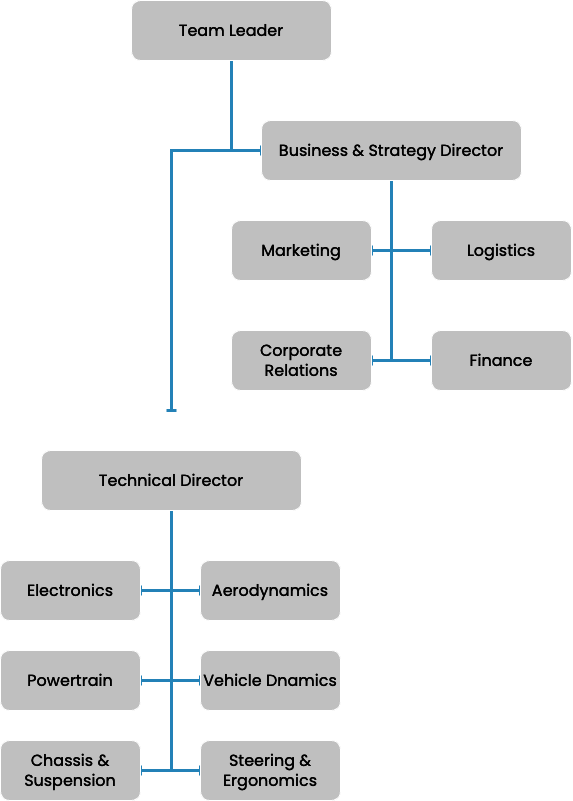
Before: src/assets/images/org_chart_eng.drawio_mobile.png, a diagram exported from draw.io (JaimeFerreira2002/NFS-site). Source tidied: cells renumbered, new cells last; positions are measured from the earlier drawing's top-left corner, leaving out a move shared by most shapes.
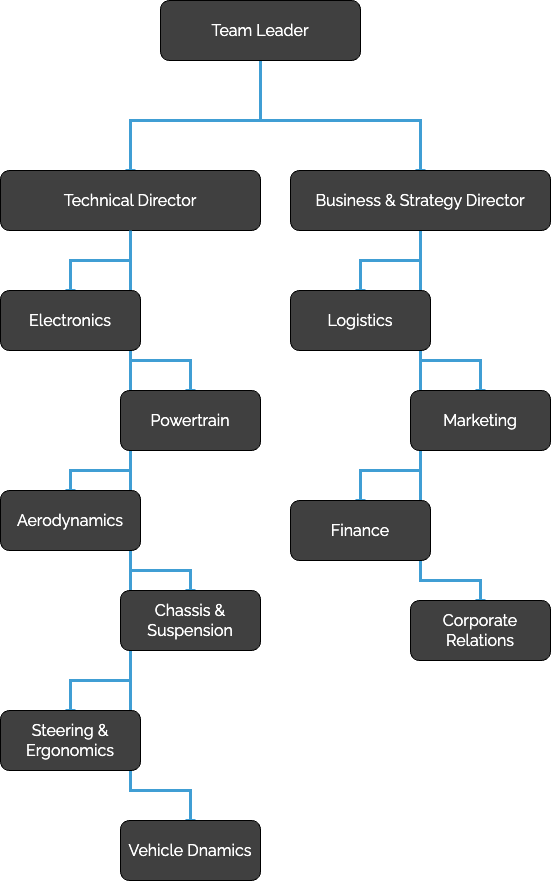
After the change.

What changed in the source:
```diff
@@ -2,87 +2,130 @@
   <root>
     <mxCell id="0" />
     <mxCell id="1" parent="0" />
-    <mxCell id="2" style="edgeStyle=orthogonalEdgeStyle;rounded=0;orthogonalLoop=1;jettySize=auto;html=1;exitX=0.5;exitY=1;exitDx=0;exitDy=0;entryX=0.5;entryY=0;entryDx=0;entryDy=0;strokeWidth=3;strokeColor=#409ED4;endArrow=baseDash;endFill=0;" parent="1" edge="1">
+    <mxCell id="2" style="edgeStyle=orthogonalEdgeStyle;rounded=0;jettySize=auto;html=1;entryX=0.5;entryY=0;entryDx=0;entryDy=0;strokeWidth=3;strokeColor=#409ED4;endArrow=baseDash;endFill=0;fontFamily=raleway;exitX=0.5;exitY=1;exitDx=0;exitDy=0;" parent="1" edge="1" source="4" target="16">
       <mxGeometry relative="1" as="geometry">
-        <mxPoint x="231" y="20" as="sourcePoint" />
-        <mxPoint x="171" y="410" as="targetPoint" />
         <Array as="points">
-          <mxPoint x="231" y="150" />
-          <mxPoint x="171" y="150" />
+          <mxPoint x="391" y="-120" />
+          <mxPoint x="261" y="-120" />
         </Array>
       </mxGeometry>
     </mxCell>
-    <mxCell id="3" style="edgeStyle=orthogonalEdgeStyle;rounded=0;jettySize=auto;html=1;exitX=0.5;exitY=1;exitDx=0;exitDy=0;entryX=0;entryY=0.5;entryDx=0;entryDy=0;strokeWidth=3;strokeColor=#409ED4;curved=0;endArrow=baseDash;endFill=0;" parent="1" edge="1" source="4" target="9">
-      <mxGeometry relative="1" as="geometry" />
+    <mxCell id="3" style="edgeStyle=orthogonalEdgeStyle;rounded=0;jettySize=auto;html=1;exitX=0.5;exitY=1;exitDx=0;exitDy=0;entryX=0.5;entryY=0;entryDx=0;entryDy=0;strokeWidth=3;strokeColor=#409ED4;curved=0;endArrow=baseDash;endFill=0;fontFamily=raleway;" parent="1" edge="1" source="4" target="9">
+      <mxGeometry relative="1" as="geometry">
+        <Array as="points">
+          <mxPoint x="391" y="-120" />
+          <mxPoint x="551" y="-120" />
+        </Array>
+      </mxGeometry>
     </mxCell>
-    <mxCell id="4" value="&lt;font face=&quot;Poppins&quot; style=&quot;font-size: 16px;&quot; color=&quot;#ffffff&quot;&gt;Team Leader&lt;/font&gt;" style="rounded=1;whiteSpace=wrap;html=1;fillColor=#404040;" parent="1" vertex="1">
-      <mxGeometry x="131" width="200" height="60" as="geometry" />
+    <mxCell id="4" value="&lt;font color=&quot;#ffffff&quot; style=&quot;font-size: 16px;&quot;&gt;Team Leader&lt;/font&gt;" style="rounded=1;whiteSpace=wrap;html=1;fillColor=#404040;fontFamily=raleway;" parent="1" vertex="1">
+      <mxGeometry x="291" y="-240" width="200" height="60" as="geometry" />
     </mxCell>
-    <mxCell id="5" style="edgeStyle=orthogonalEdgeStyle;rounded=0;jettySize=auto;html=1;exitX=0.5;exitY=1;exitDx=0;exitDy=0;entryX=1;entryY=0.5;entryDx=0;entryDy=0;strokeWidth=3;strokeColor=#409ED4;endArrow=baseDash;endFill=0;" parent="1" edge="1" source="9" target="17">
-      <mxGeometry relative="1" as="geometry" />
+    <mxCell id="5" style="edgeStyle=orthogonalEdgeStyle;rounded=0;jettySize=auto;html=1;exitX=0.5;exitY=1;exitDx=0;exitDy=0;entryX=0.5;entryY=0;entryDx=0;entryDy=0;strokeWidth=3;strokeColor=#409ED4;endArrow=baseDash;endFill=0;fontFamily=raleway;" parent="1" edge="1" source="9" target="17">
+      <mxGeometry relative="1" as="geometry">
+        <Array as="points">
+          <mxPoint x="551" y="120" />
+          <mxPoint x="611" y="120" />
+        </Array>
+      </mxGeometry>
     </mxCell>
-    <mxCell id="6" style="edgeStyle=orthogonalEdgeStyle;rounded=0;jettySize=auto;html=1;exitX=0.5;exitY=1;exitDx=0;exitDy=0;entryX=1;entryY=0.5;entryDx=0;entryDy=0;strokeWidth=3;strokeColor=#409ED4;endArrow=baseDash;endFill=0;" parent="1" edge="1" source="9" target="19">
-      <mxGeometry relative="1" as="geometry" />
+    <mxCell id="6" style="edgeStyle=orthogonalEdgeStyle;rounded=0;jettySize=auto;html=1;exitX=0.5;exitY=1;exitDx=0;exitDy=0;entryX=0.5;entryY=0;entryDx=0;entryDy=0;strokeWidth=3;strokeColor=#409ED4;endArrow=baseDash;endFill=0;fontFamily=raleway;" parent="1" edge="1" source="9" target="19">
+      <mxGeometry relative="1" as="geometry">
+        <Array as="points">
+          <mxPoint x="551" y="340" />
+          <mxPoint x="611" y="340" />
+        </Array>
+      </mxGeometry>
     </mxCell>
-    <mxCell id="7" style="edgeStyle=orthogonalEdgeStyle;rounded=0;jettySize=auto;html=1;exitX=0.5;exitY=1;exitDx=0;exitDy=0;entryX=0;entryY=0.5;entryDx=0;entryDy=0;strokeColor=#409ED4;strokeWidth=3;endArrow=baseDash;endFill=0;" parent="1" edge="1" source="9" target="20">
+    <mxCell id="7" style="edgeStyle=orthogonalEdgeStyle;rounded=0;jettySize=auto;html=1;exitX=0.5;exitY=1;exitDx=0;exitDy=0;entryX=0.5;entryY=0;entryDx=0;entryDy=0;strokeColor=#409ED4;strokeWidth=3;endArrow=baseDash;endFill=0;fontFamily=raleway;" parent="1" edge="1" source="9" target="20">
       <mxGeometry relative="1" as="geometry" />
     </mxCell>
-    <mxCell id="8" style="edgeStyle=orthogonalEdgeStyle;rounded=0;jettySize=auto;html=1;exitX=0.5;exitY=1;exitDx=0;exitDy=0;entryX=0;entryY=0.5;entryDx=0;entryDy=0;strokeWidth=3;strokeColor=#409ED4;endArrow=baseDash;endFill=0;" parent="1" edge="1" source="9" target="21">
-      <mxGeometry relative="1" as="geometry" />
+    <mxCell id="8" style="edgeStyle=orthogonalEdgeStyle;rounded=0;jettySize=auto;html=1;exitX=0.5;exitY=1;exitDx=0;exitDy=0;entryX=0.5;entryY=0;entryDx=0;entryDy=0;strokeWidth=3;strokeColor=#409ED4;endArrow=baseDash;endFill=0;fontFamily=raleway;" parent="1" edge="1" source="9" target="21">
+      <mxGeometry relative="1" as="geometry">
+        <Array as="points">
+          <mxPoint x="551" y="230" />
+          <mxPoint x="491" y="230" />
+        </Array>
+      </mxGeometry>
     </mxCell>
-    <mxCell id="9" value="&lt;font style=&quot;font-size: 16px;&quot; face=&quot;Poppins&quot; color=&quot;#ffffff&quot;&gt;Business &amp;amp; Strategy Director&lt;/font&gt;" style="rounded=1;whiteSpace=wrap;html=1;fillColor=#404040;perimeterSpacing=0;" parent="1" vertex="1">
-      <mxGeometry x="261" y="120" width="260" height="60" as="geometry" />
+    <mxCell id="9" value="&lt;font color=&quot;#ffffff&quot;&gt;&lt;span style=&quot;font-size: 16px;&quot;&gt;Business &amp;amp; Strategy Director&lt;/span&gt;&lt;/font&gt;" style="rounded=1;whiteSpace=wrap;html=1;fillColor=#404040;perimeterSpacing=0;fontFamily=raleway;" parent="1" vertex="1">
+      <mxGeometry x="421" y="-70" width="260" height="60" as="geometry" />
     </mxCell>
-    <mxCell id="10" style="edgeStyle=orthogonalEdgeStyle;rounded=0;jettySize=auto;html=1;exitX=0.5;exitY=1;exitDx=0;exitDy=0;entryX=1;entryY=0.5;entryDx=0;entryDy=0;strokeColor=#409ED4;strokeWidth=3;endArrow=baseDash;endFill=0;" parent="1" edge="1" source="16" target="25">
-      <mxGeometry relative="1" as="geometry" />
-    </mxCell>
-    <mxCell id="11" style="edgeStyle=orthogonalEdgeStyle;rounded=0;jettySize=auto;html=1;exitX=0.5;exitY=1;exitDx=0;exitDy=0;entryX=1;entryY=0.5;entryDx=0;entryDy=0;strokeColor=#409ED4;strokeWidth=3;endArrow=baseDash;endFill=0;" parent="1" edge="1" source="16" target="18">
-      <mxGeometry relative="1" as="geometry" />
+    <mxCell id="11" style="edgeStyle=orthogonalEdgeStyle;rounded=0;jettySize=auto;html=1;exitX=0.5;exitY=1;exitDx=0;exitDy=0;entryX=0.5;entryY=0;entryDx=0;entryDy=0;strokeColor=#409ED4;strokeWidth=3;endArrow=baseDash;endFill=0;fontFamily=raleway;" parent="1" edge="1" source="16" target="18">
+      <mxGeometry relative="1" as="geometry">
+        <Array as="points">
+          <mxPoint x="261" y="120" />
+          <mxPoint x="321" y="120" />
+        </Array>
+      </mxGeometry>
     </mxCell>
-    <mxCell id="12" style="edgeStyle=orthogonalEdgeStyle;rounded=0;jettySize=auto;html=1;exitX=0.5;exitY=1;exitDx=0;exitDy=0;entryX=0;entryY=0.5;entryDx=0;entryDy=0;strokeWidth=3;strokeColor=#409ED4;endArrow=baseDash;endFill=0;" parent="1" edge="1" source="16" target="24">
-      <mxGeometry relative="1" as="geometry" />
+    <mxCell id="12" style="edgeStyle=orthogonalEdgeStyle;rounded=0;jettySize=auto;html=1;exitX=0.5;exitY=1;exitDx=0;exitDy=0;entryX=0.5;entryY=0;entryDx=0;entryDy=0;strokeWidth=3;strokeColor=#409ED4;endArrow=baseDash;endFill=0;fontFamily=raleway;" parent="1" edge="1" source="16" target="24">
+      <mxGeometry relative="1" as="geometry">
+        <Array as="points">
+          <mxPoint x="261" y="550" />
+          <mxPoint x="321" y="550" />
+        </Array>
+      </mxGeometry>
     </mxCell>
-    <mxCell id="13" style="edgeStyle=orthogonalEdgeStyle;rounded=0;jettySize=auto;html=1;exitX=0.5;exitY=1;exitDx=0;exitDy=0;entryX=1;entryY=0.5;entryDx=0;entryDy=0;strokeColor=#409ED4;strokeWidth=3;endArrow=baseDash;endFill=0;" parent="1" edge="1" source="16" target="22">
+    <mxCell id="13" style="edgeStyle=orthogonalEdgeStyle;rounded=0;jettySize=auto;html=1;exitX=0.5;exitY=1;exitDx=0;exitDy=0;entryX=0.5;entryY=0;entryDx=0;entryDy=0;strokeColor=#409ED4;strokeWidth=3;endArrow=baseDash;endFill=0;fontFamily=raleway;" parent="1" edge="1" source="16" target="22">
       <mxGeometry relative="1" as="geometry" />
     </mxCell>
-    <mxCell id="14" style="edgeStyle=orthogonalEdgeStyle;rounded=0;jettySize=auto;html=1;exitX=0.5;exitY=1;exitDx=0;exitDy=0;entryX=0;entryY=0.5;entryDx=0;entryDy=0;strokeColor=#409ED4;strokeWidth=3;endArrow=baseDash;endFill=0;" parent="1" edge="1" source="16" target="23">
-      <mxGeometry relative="1" as="geometry" />
+    <mxCell id="14" style="edgeStyle=orthogonalEdgeStyle;rounded=0;jettySize=auto;html=1;exitX=0.5;exitY=1;exitDx=0;exitDy=0;entryX=0.5;entryY=0;entryDx=0;entryDy=0;strokeColor=#409ED4;strokeWidth=3;endArrow=baseDash;endFill=0;fontFamily=raleway;" parent="1" edge="1" source="16" target="23">
+      <mxGeometry relative="1" as="geometry">
+        <Array as="points">
+          <mxPoint x="261" y="230" />
+          <mxPoint x="201" y="230" />
+        </Array>
+      </mxGeometry>
     </mxCell>
-    <mxCell id="15" style="edgeStyle=orthogonalEdgeStyle;rounded=0;jettySize=auto;html=1;exitX=0.5;exitY=1;exitDx=0;exitDy=0;entryX=0;entryY=0.5;entryDx=0;entryDy=0;strokeColor=#409ED4;endArrow=baseDash;endFill=0;strokeWidth=3;" parent="1" edge="1" source="16" target="26">
-      <mxGeometry relative="1" as="geometry" />
+    <mxCell id="15" style="edgeStyle=orthogonalEdgeStyle;rounded=0;jettySize=auto;html=1;exitX=0.5;exitY=1;exitDx=0;exitDy=0;entryX=0.5;entryY=0;entryDx=0;entryDy=0;strokeColor=#409ED4;endArrow=baseDash;endFill=0;strokeWidth=3;fontFamily=raleway;" parent="1" edge="1" source="16" target="26">
+      <mxGeometry relative="1" as="geometry">
+        <Array as="points">
+          <mxPoint x="261" y="330" />
+          <mxPoint x="321" y="330" />
+        </Array>
+      </mxGeometry>
     </mxCell>
-    <mxCell id="16" value="&lt;font face=&quot;Poppins&quot; style=&quot;font-size: 16px;&quot; color=&quot;#ffffff&quot;&gt;Technical Director&lt;/font&gt;" style="rounded=1;whiteSpace=wrap;html=1;fillColor=#404040;" parent="1" vertex="1">
-      <mxGeometry x="41" y="450" width="260" height="60" as="geometry" />
+    <mxCell id="16" value="&lt;font color=&quot;#ffffff&quot; style=&quot;font-size: 16px;&quot;&gt;Technical Director&lt;/font&gt;" style="rounded=1;whiteSpace=wrap;html=1;fillColor=#404040;fontFamily=raleway;" parent="1" vertex="1">
+      <mxGeometry x="131" y="-70" width="260" height="60" as="geometry" />
     </mxCell>
-    <mxCell id="17" value="&lt;font face=&quot;Poppins&quot; style=&quot;font-size: 16px;&quot; color=&quot;#ffffff&quot;&gt;Marketing&lt;/font&gt;" style="rounded=1;whiteSpace=wrap;html=1;fillColor=#404040;" parent="1" vertex="1">
-      <mxGeometry x="231" y="220" width="140" height="60" as="geometry" />
+    <mxCell id="17" value="&lt;font color=&quot;#ffffff&quot; style=&quot;font-size: 16px;&quot;&gt;Marketing&lt;/font&gt;" style="rounded=1;whiteSpace=wrap;html=1;fillColor=#404040;fontFamily=raleway;" parent="1" vertex="1">
+      <mxGeometry x="541" y="150" width="140" height="60" as="geometry" />
     </mxCell>
-    <mxCell id="18" value="&lt;font face=&quot;Poppins&quot; style=&quot;font-size: 16px;&quot; color=&quot;#ffffff&quot;&gt;Powertrain&lt;br&gt;&lt;/font&gt;" style="rounded=1;whiteSpace=wrap;html=1;fillColor=#404040;" parent="1" vertex="1">
-      <mxGeometry y="650" width="140" height="60" as="geometry" />
-    </mxCell>
-    <mxCell id="19" value="&lt;font face=&quot;Poppins&quot; style=&quot;font-size: 16px;&quot; color=&quot;#ffffff&quot;&gt;Corporate Relations&lt;br&gt;&lt;/font&gt;" style="rounded=1;whiteSpace=wrap;html=1;fillColor=#404040;" parent="1" vertex="1">
-      <mxGeometry x="231" y="330" width="140" height="60" as="geometry" />
+    <mxCell id="19" value="&lt;font color=&quot;#ffffff&quot; style=&quot;font-size: 16px;&quot;&gt;Corporate Relations&lt;br&gt;&lt;/font&gt;" style="rounded=1;whiteSpace=wrap;html=1;fillColor=#404040;fontFamily=raleway;" parent="1" vertex="1">
+      <mxGeometry x="541" y="360" width="140" height="60" as="geometry" />
     </mxCell>
-    <mxCell id="20" value="&lt;font face=&quot;Poppins&quot; style=&quot;font-size: 16px;&quot; color=&quot;#ffffff&quot;&gt;Logistics&lt;/font&gt;" style="rounded=1;whiteSpace=wrap;html=1;fillColor=#404040;" parent="1" vertex="1">
-      <mxGeometry x="431" y="220" width="140" height="60" as="geometry" />
+    <mxCell id="20" value="&lt;font color=&quot;#ffffff&quot; style=&quot;font-size: 16px;&quot;&gt;Logistics&lt;/font&gt;" style="rounded=1;whiteSpace=wrap;html=1;fillColor=#404040;fontFamily=raleway;" parent="1" vertex="1">
+      <mxGeometry x="421" y="50" width="140" height="60" as="geometry" />
     </mxCell>
-    <mxCell id="21" value="&lt;font face=&quot;Poppins&quot; style=&quot;font-size: 16px;&quot; color=&quot;#ffffff&quot;&gt;Finance&lt;br&gt;&lt;/font&gt;" style="rounded=1;whiteSpace=wrap;html=1;fillColor=#404040;" parent="1" vertex="1">
-      <mxGeometry x="431" y="330" width="140" height="60" as="geometry" />
+    <mxCell id="21" value="&lt;font color=&quot;#ffffff&quot; style=&quot;font-size: 16px;&quot;&gt;Finance&lt;br&gt;&lt;/font&gt;" style="rounded=1;whiteSpace=wrap;html=1;fillColor=#404040;fontFamily=raleway;" parent="1" vertex="1">
+      <mxGeometry x="421" y="260" width="140" height="60" as="geometry" />
     </mxCell>
-    <mxCell id="22" value="&lt;font face=&quot;Poppins&quot; style=&quot;font-size: 16px;&quot; color=&quot;#ffffff&quot;&gt;Electronics&lt;/font&gt;" style="rounded=1;whiteSpace=wrap;html=1;fillColor=#404040;" parent="1" vertex="1">
-      <mxGeometry y="560" width="140" height="60" as="geometry" />
-    </mxCell>
-    <mxCell id="23" value="&lt;font face=&quot;Poppins&quot; style=&quot;font-size: 16px;&quot; color=&quot;#ffffff&quot;&gt;Aerodynamics&lt;/font&gt;" style="rounded=1;whiteSpace=wrap;html=1;fillColor=#404040;" parent="1" vertex="1">
-      <mxGeometry x="200" y="560" width="140" height="60" as="geometry" />
-    </mxCell>
-    <mxCell id="24" value="&lt;font face=&quot;Poppins&quot; style=&quot;font-size: 16px;&quot; color=&quot;#ffffff&quot;&gt;Vehicle Dnamics&lt;br&gt;&lt;/font&gt;" style="rounded=1;whiteSpace=wrap;html=1;fillColor=#404040;" parent="1" vertex="1">
-      <mxGeometry x="200" y="650" width="140" height="60" as="geometry" />
+    <mxCell id="24" value="&lt;font color=&quot;#ffffff&quot; style=&quot;font-size: 16px;&quot;&gt;Vehicle Dnamics&lt;br&gt;&lt;/font&gt;" style="rounded=1;whiteSpace=wrap;html=1;fillColor=#404040;fontFamily=raleway;" parent="1" vertex="1">
+      <mxGeometry x="251" y="580" width="140" height="60" as="geometry" />
     </mxCell>
+    <mxCell id="10" style="edgeStyle=orthogonalEdgeStyle;rounded=0;jettySize=auto;html=1;exitX=0.5;exitY=1;exitDx=0;exitDy=0;entryX=0.5;entryY=0;entryDx=0;entryDy=0;strokeWidth=3;strokeColor=#409ED4;endArrow=baseDash;endFill=0;fontFamily=raleway;" parent="1" edge="1" source="16" target="25">
+      <mxGeometry relative="1" as="geometry">
+        <Array as="points">
+          <mxPoint x="261" y="440" />
+          <mxPoint x="201" y="440" />
+        </Array>
+      </mxGeometry>
+    </mxCell>
-    <mxCell id="25" value="&lt;font face=&quot;Poppins&quot; style=&quot;font-size: 16px;&quot; color=&quot;#ffffff&quot;&gt;Chassis &amp;amp; Suspension&lt;br&gt;&lt;/font&gt;" style="rounded=1;whiteSpace=wrap;html=1;fillColor=#404040;" parent="1" vertex="1">
-      <mxGeometry y="740" width="140" height="60" as="geometry" />
+    <mxCell id="25" value="&lt;font color=&quot;#ffffff&quot; style=&quot;font-size: 16px;&quot;&gt;Steering &amp;amp; Ergonomics&lt;br&gt;&lt;/font&gt;" style="rounded=1;whiteSpace=wrap;html=1;fillColor=#404040;fontFamily=raleway;" parent="1" vertex="1">
+      <mxGeometry x="131" y="470" width="140" height="60" as="geometry" />
     </mxCell>
-    <mxCell id="26" value="&lt;font face=&quot;Poppins&quot; style=&quot;font-size: 16px;&quot; color=&quot;#ffffff&quot;&gt;Steering &amp;amp; Ergonomics&lt;br&gt;&lt;/font&gt;" style="rounded=1;whiteSpace=wrap;html=1;fillColor=#404040;" parent="1" vertex="1">
-      <mxGeometry x="200" y="740" width="140" height="60" as="geometry" />
+    <mxCell id="26" value="&lt;font color=&quot;#ffffff&quot; style=&quot;font-size: 16px;&quot;&gt;Chassis &amp;amp; Suspension&lt;br&gt;&lt;/font&gt;" style="rounded=1;whiteSpace=wrap;html=1;fillColor=#404040;fontFamily=raleway;" parent="1" vertex="1">
+      <mxGeometry x="251" y="350" width="140" height="60" as="geometry" />
     </mxCell>
+    <mxCell id="23" value="&lt;font color=&quot;#ffffff&quot; style=&quot;font-size: 16px;&quot;&gt;Aerodynamics&lt;/font&gt;" style="rounded=1;whiteSpace=wrap;html=1;fillColor=#404040;fontFamily=raleway;" parent="1" vertex="1">
+      <mxGeometry x="131" y="250" width="140" height="60" as="geometry" />
+    </mxCell>
+    <mxCell id="22" value="&lt;font color=&quot;#ffffff&quot; style=&quot;font-size: 16px;&quot;&gt;Electronics&lt;/font&gt;" style="rounded=1;whiteSpace=wrap;html=1;fillColor=#404040;fontFamily=raleway;" parent="1" vertex="1">
+      <mxGeometry x="131" y="50" width="140" height="60" as="geometry" />
+    </mxCell>
+    <mxCell id="18" value="&lt;font color=&quot;#ffffff&quot; style=&quot;font-size: 16px;&quot;&gt;Powertrain&lt;br&gt;&lt;/font&gt;" style="rounded=1;whiteSpace=wrap;html=1;fillColor=#404040;fontFamily=raleway;" parent="1" vertex="1">
+      <mxGeometry x="251" y="150" width="140" height="60" as="geometry" />
+    </mxCell>
   </root>
 </mxGraphModel>
```
